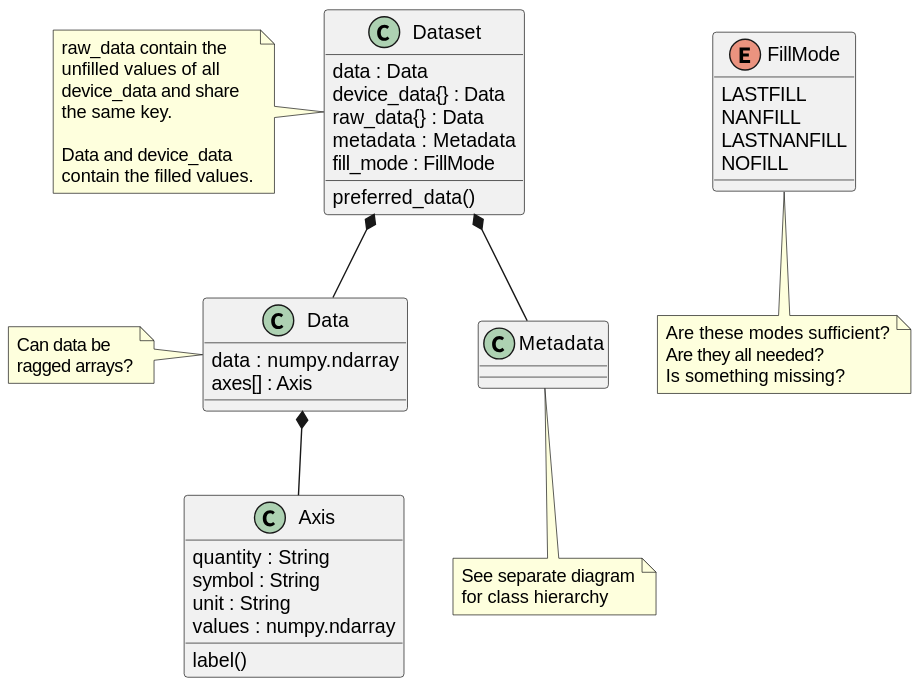
This is docs/uml/evedata.dataset.dataset.svg from tillbiskup/evedata, a PlantUML export, as it was before one commit.
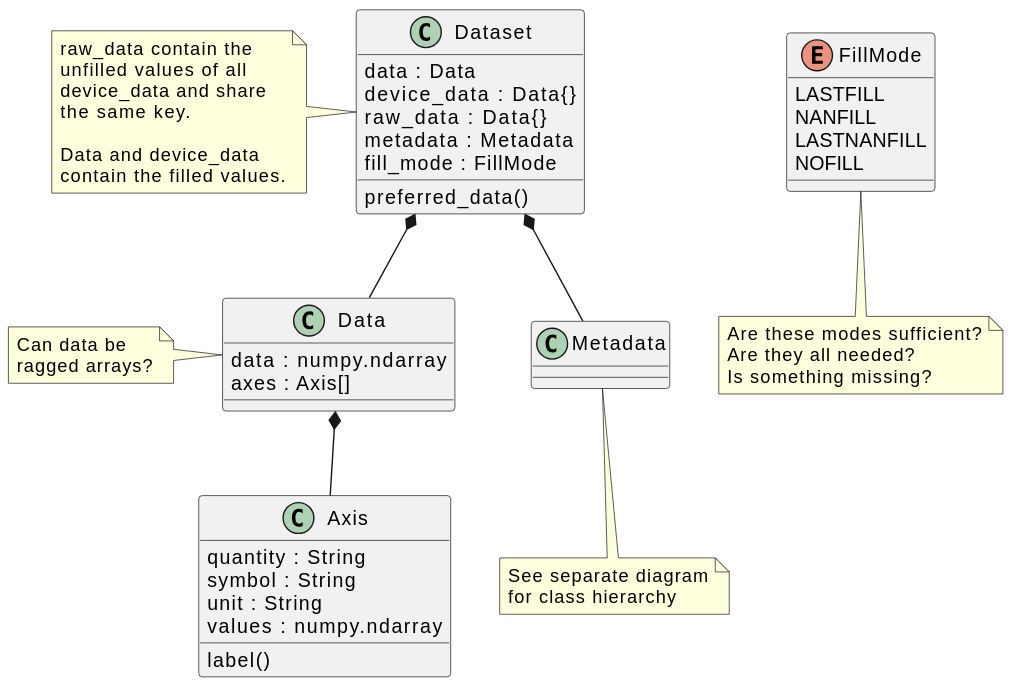
After the change.

Change to the diagram source:
```diff
@@ -1,8 +1,8 @@
 @startuml
 class Dataset {
     data : Data
-    device_data{} : Data
-    raw_data{} : Data
+    device_data : Data{}
+    raw_data : Data{}
     metadata : Metadata
     fill_mode : FillMode
 
@@ -24,7 +24,7 @@
 
 class Data {
     data : numpy.ndarray
-    axes[] : Axis
+    axes : Axis[]
 }
 note left: Can data be\nragged arrays?
 
```
